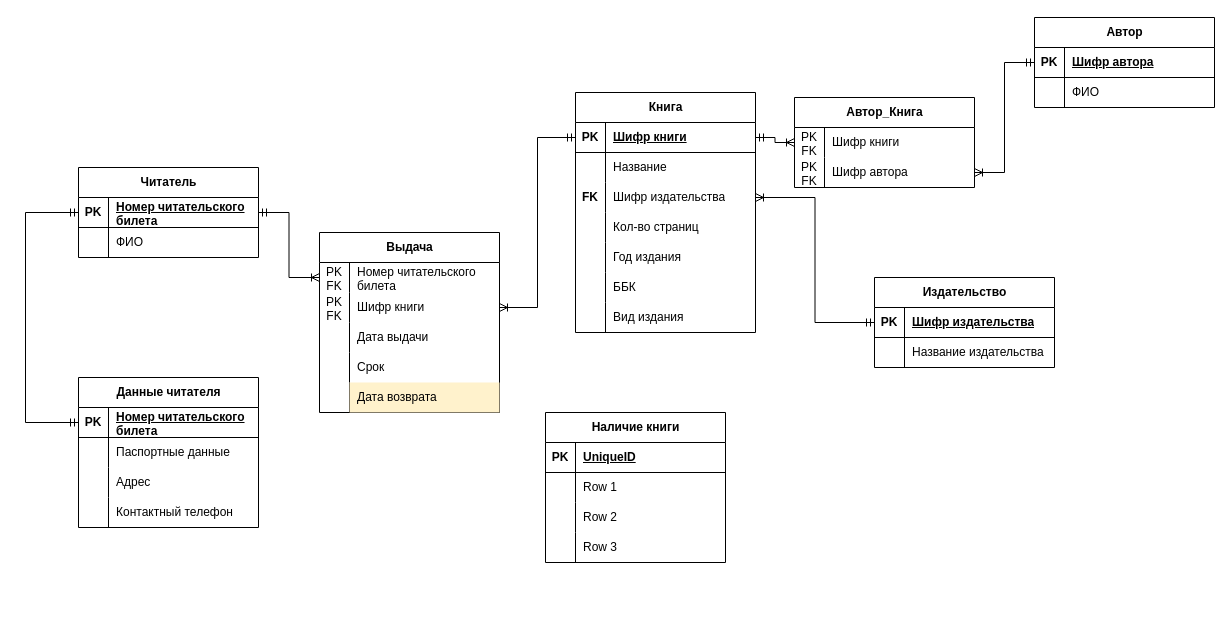
Above: Диаграмма без названия.drawio in Kamil08125/- (draw.io), before the change. Source tidied: cells renumbered, new cells numbered last; positions are measured from the earlier drawing's top-left corner, leaving out a move shared by most shapes. Both pictures are drawn from the tidied source at 100%, with x=0, y=0 at pixel (25, 17).
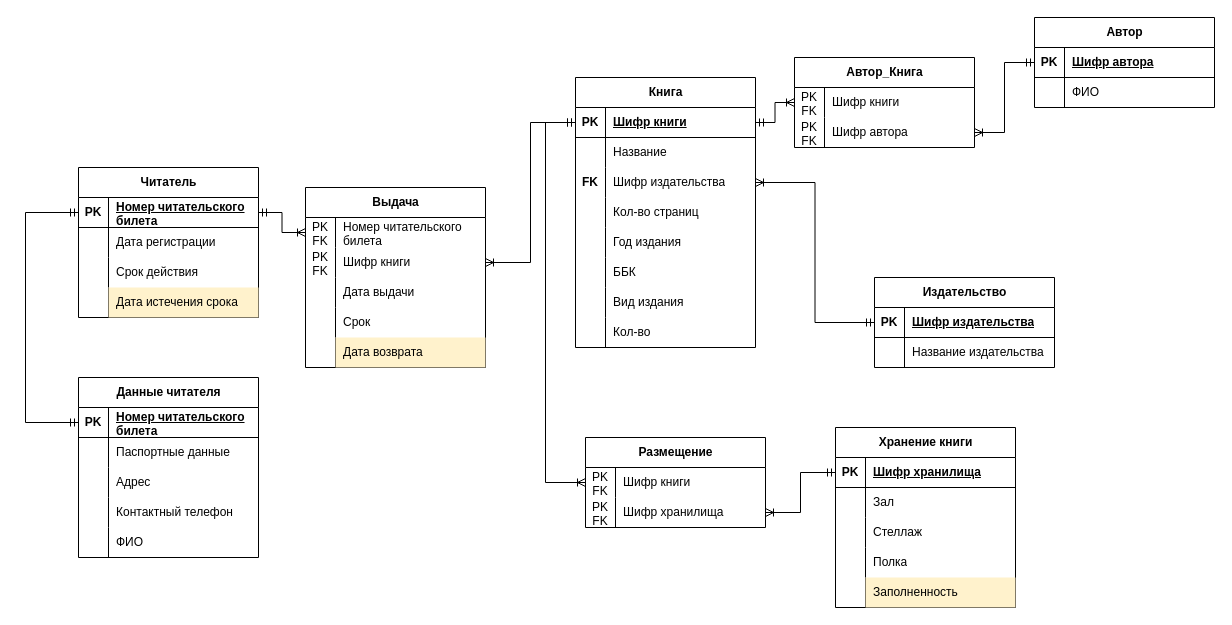
The same diagram, later.

The change refers to these unchanged cells:
```xml
<mxCell id="3" style="shape=tableRow;horizontal=0;startSize=0;swimlaneHead=0;swimlaneBody=0;fillColor=none;points=[[0,0.5],[1,0.5]];portConstraint=eastwest;top=0;left=0;right=0;bottom=1;" parent="2" vertex="1">
  <mxGeometry y="30" width="180" height="30" as="geometry" />
</mxCell>
```

What changed in the source:
```diff
@@
     <mxCell id="2" value="Книга" style="shape=table;startSize=30;childLayout=tableLayout;rowLines=0;fontStyle=1;align=center;html=1;" parent="1" vertex="1">
-      <mxGeometry x="550" y="75" width="180" height="240" as="geometry" />
+      <mxGeometry x="550" y="60" width="180" height="270" as="geometry" />
     </mxCell>
@@
+    <mxCell id="100" style="shape=tableRow;horizontal=0;startSize=0;swimlaneHead=0;swimlaneBody=0;fillColor=none;top=0;left=0;right=0;bottom=0;" parent="2" vertex="1">
+      <mxGeometry y="240" width="180" height="30" as="geometry" />
+    </mxCell>
+    <mxCell id="101" style="shape=partialRectangle;fillColor=none;top=0;left=0;bottom=0;right=0;overflow=hidden;whiteSpace=wrap;html=1;" parent="100" vertex="1">
+      <mxGeometry width="30" height="30" as="geometry" />
+    </mxCell>
+    <mxCell id="102" value="Кол-во" style="shape=partialRectangle;fillColor=none;top=0;left=0;bottom=0;right=0;align=left;spacingLeft=6;overflow=hidden;whiteSpace=wrap;html=1;" parent="100" vertex="1">
+      <mxGeometry x="30" width="150" height="30" as="geometry" />
+    </mxCell>
@@
     <mxCell id="39" value="Автор_Книга" style="shape=table;startSize=30;childLayout=tableLayout;rowLines=0;fontStyle=1;align=center;html=1;" parent="1" vertex="1">
-      <mxGeometry x="769" y="80" width="180" height="90" as="geometry" />
+      <mxGeometry x="769" y="40" width="180" height="90" as="geometry" />
     </mxCell>
@@
     <mxCell id="48" value="Читатель" style="shape=table;startSize=30;childLayout=tableLayout;rowLines=0;fontStyle=1;align=center;html=1;" parent="1" vertex="1">
-      <mxGeometry x="53" y="150" width="180" height="90" as="geometry" />
+      <mxGeometry x="53" y="150" width="180" height="150" as="geometry" />
     </mxCell>
@@
-    <mxCell id="52" style="shape=tableRow;horizontal=0;startSize=0;swimlaneHead=0;swimlaneBody=0;fillColor=none;top=0;left=0;right=0;bottom=0;" parent="48" vertex="1">
-      <mxGeometry y="60" width="180" height="30" as="geometry" />
-    </mxCell>
-    <mxCell id="53" style="shape=partialRectangle;fillColor=none;top=0;left=0;bottom=0;right=0;overflow=hidden;whiteSpace=wrap;html=1;" parent="52" vertex="1">
-      <mxGeometry width="30" height="30" as="geometry" />
-    </mxCell>
-    <mxCell id="54" value="ФИО" style="shape=partialRectangle;fillColor=none;top=0;left=0;bottom=0;right=0;align=left;spacingLeft=6;overflow=hidden;whiteSpace=wrap;html=1;" parent="52" vertex="1">
-      <mxGeometry x="30" width="150" height="30" as="geometry" />
-    </mxCell>
+    <mxCell id="103" style="shape=tableRow;horizontal=0;startSize=0;swimlaneHead=0;swimlaneBody=0;fillColor=none;top=0;left=0;right=0;bottom=0;" parent="48" vertex="1">
+      <mxGeometry y="60" width="180" height="30" as="geometry" />
+    </mxCell>
+    <mxCell id="104" style="shape=partialRectangle;fillColor=none;top=0;left=0;bottom=0;right=0;overflow=hidden;whiteSpace=wrap;html=1;" parent="103" vertex="1">
+      <mxGeometry width="30" height="30" as="geometry" />
+    </mxCell>
+    <mxCell id="105" value="Дата регистрации" style="shape=partialRectangle;fillColor=none;top=0;left=0;bottom=0;right=0;align=left;spacingLeft=6;overflow=hidden;whiteSpace=wrap;html=1;" parent="103" vertex="1">
+      <mxGeometry x="30" width="150" height="30" as="geometry" />
+    </mxCell>
+    <mxCell id="106" style="shape=tableRow;horizontal=0;startSize=0;swimlaneHead=0;swimlaneBody=0;fillColor=none;top=0;left=0;right=0;bottom=0;" parent="48" vertex="1">
+      <mxGeometry y="90" width="180" height="30" as="geometry" />
+    </mxCell>
+    <mxCell id="107" style="shape=partialRectangle;fillColor=none;top=0;left=0;bottom=0;right=0;overflow=hidden;whiteSpace=wrap;html=1;" parent="106" vertex="1">
+      <mxGeometry width="30" height="30" as="geometry" />
+    </mxCell>
+    <mxCell id="108" value="Срок действия" style="shape=partialRectangle;fillColor=none;top=0;left=0;bottom=0;right=0;align=left;spacingLeft=6;overflow=hidden;whiteSpace=wrap;html=1;" parent="106" vertex="1">
+      <mxGeometry x="30" width="150" height="30" as="geometry" />
+    </mxCell>
+    <mxCell id="109" style="shape=tableRow;horizontal=0;startSize=0;swimlaneHead=0;swimlaneBody=0;fillColor=none;top=0;left=0;right=0;bottom=0;" parent="48" vertex="1">
+      <mxGeometry y="120" width="180" height="30" as="geometry" />
+    </mxCell>
+    <mxCell id="110" style="shape=partialRectangle;fillColor=none;top=0;left=0;bottom=0;right=0;overflow=hidden;whiteSpace=wrap;html=1;" parent="109" vertex="1">
+      <mxGeometry width="30" height="30" as="geometry" />
+    </mxCell>
+    <mxCell id="111" value="Дата истечения срока" style="shape=partialRectangle;fillColor=#fff2cc;top=0;left=0;bottom=0;right=0;align=left;spacingLeft=6;overflow=hidden;whiteSpace=wrap;html=1;strokeColor=#d6b656;" parent="109" vertex="1">
+      <mxGeometry x="30" width="150" height="30" as="geometry" />
+    </mxCell>
     <mxCell id="55" value="Данные читателя" style="shape=table;startSize=30;childLayout=tableLayout;rowLines=0;fontStyle=1;align=center;html=1;" parent="1" vertex="1">
-      <mxGeometry x="53" y="360" width="180" height="150" as="geometry" />
+      <mxGeometry x="53" y="360" width="180" height="180" as="geometry" />
     </mxCell>
@@
+    <mxCell id="112" style="shape=tableRow;horizontal=0;startSize=0;swimlaneHead=0;swimlaneBody=0;fillColor=none;top=0;left=0;right=0;bottom=0;" parent="55" vertex="1">
+      <mxGeometry y="150" width="180" height="30" as="geometry" />
+    </mxCell>
+    <mxCell id="113" style="shape=partialRectangle;fillColor=none;top=0;left=0;bottom=0;right=0;overflow=hidden;whiteSpace=wrap;html=1;" parent="112" vertex="1">
+      <mxGeometry width="30" height="30" as="geometry" />
+    </mxCell>
+    <mxCell id="54" value="ФИО" style="shape=partialRectangle;fillColor=none;top=0;left=0;bottom=0;right=0;align=left;spacingLeft=6;overflow=hidden;whiteSpace=wrap;html=1;" parent="112" vertex="1">
+      <mxGeometry x="30" width="150" height="30" as="geometry" />
+    </mxCell>
@@
     <mxCell id="69" value="Выдача" style="shape=table;startSize=30;childLayout=tableLayout;rowLines=0;fontStyle=1;align=center;html=1;" parent="1" vertex="1">
-      <mxGeometry x="294" y="215" width="180" height="180" as="geometry" />
+      <mxGeometry x="280" y="170" width="180" height="180" as="geometry" />
     </mxCell>
@@
-    <mxCell id="87" value="Наличие книги" style="shape=table;startSize=30;childLayout=tableLayout;rowLines=0;fontStyle=1;align=center;html=1;" parent="1" vertex="1">
-      <mxGeometry x="520" y="395" width="180" height="150" as="geometry" />
-    </mxCell>
+    <mxCell id="114" value="Хранение книги" style="shape=table;startSize=30;childLayout=tableLayout;rowLines=0;fontStyle=1;align=center;html=1;" parent="1" vertex="1">
+      <mxGeometry x="810" y="410" width="180" height="180" as="geometry" />
+    </mxCell>
-    <mxCell id="88" style="shape=tableRow;horizontal=0;startSize=0;swimlaneHead=0;swimlaneBody=0;fillColor=none;points=[[0,0.5],[1,0.5]];portConstraint=eastwest;top=0;left=0;right=0;bottom=1;" parent="87" vertex="1">
+    <mxCell id="88" style="shape=tableRow;horizontal=0;startSize=0;swimlaneHead=0;swimlaneBody=0;fillColor=none;points=[[0,0.5],[1,0.5]];portConstraint=eastwest;top=0;left=0;right=0;bottom=1;" parent="114" vertex="1">
       <mxGeometry y="30" width="180" height="30" as="geometry" />
     </mxCell>
@@
-    <mxCell id="90" value="UniqueID" style="shape=partialRectangle;fillColor=none;top=0;left=0;bottom=0;right=0;align=left;spacingLeft=6;fontStyle=5;overflow=hidden;whiteSpace=wrap;html=1;" parent="88" vertex="1">
-      <mxGeometry x="30" width="150" height="30" as="geometry" />
-    </mxCell>
-    <mxCell id="91" style="shape=tableRow;horizontal=0;startSize=0;swimlaneHead=0;swimlaneBody=0;fillColor=none;top=0;left=0;right=0;bottom=0;" parent="87" vertex="1">
-      <mxGeometry y="60" width="180" height="30" as="geometry" />
-    </mxCell>
-    <mxCell id="92" style="shape=partialRectangle;fillColor=none;top=0;left=0;bottom=0;right=0;overflow=hidden;whiteSpace=wrap;html=1;" parent="91" vertex="1">
-      <mxGeometry width="30" height="30" as="geometry" />
-    </mxCell>
-    <mxCell id="93" value="Row 1" style="shape=partialRectangle;fillColor=none;top=0;left=0;bottom=0;right=0;align=left;spacingLeft=6;overflow=hidden;whiteSpace=wrap;html=1;" parent="91" vertex="1">
-      <mxGeometry x="30" width="150" height="30" as="geometry" />
-    </mxCell>
-    <mxCell id="94" style="shape=tableRow;horizontal=0;startSize=0;swimlaneHead=0;swimlaneBody=0;fillColor=none;top=0;left=0;right=0;bottom=0;" parent="87" vertex="1">
-      <mxGeometry y="90" width="180" height="30" as="geometry" />
-    </mxCell>
-    <mxCell id="95" style="shape=partialRectangle;fillColor=none;top=0;left=0;bottom=0;right=0;overflow=hidden;whiteSpace=wrap;html=1;" parent="94" vertex="1">
-      <mxGeometry width="30" height="30" as="geometry" />
-    </mxCell>
-    <mxCell id="96" value="Row 2" style="shape=partialRectangle;fillColor=none;top=0;left=0;bottom=0;right=0;align=left;spacingLeft=6;overflow=hidden;whiteSpace=wrap;html=1;" parent="94" vertex="1">
-      <mxGeometry x="30" width="150" height="30" as="geometry" />
-    </mxCell>
-    <mxCell id="97" style="shape=tableRow;horizontal=0;startSize=0;swimlaneHead=0;swimlaneBody=0;fillColor=none;top=0;left=0;right=0;bottom=0;" parent="87" vertex="1">
-      <mxGeometry y="120" width="180" height="30" as="geometry" />
-    </mxCell>
-    <mxCell id="98" style="shape=partialRectangle;fillColor=none;top=0;left=0;bottom=0;right=0;overflow=hidden;whiteSpace=wrap;html=1;" parent="97" vertex="1">
-      <mxGeometry width="30" height="30" as="geometry" />
-    </mxCell>
-    <mxCell id="99" value="Row 3" style="shape=partialRectangle;fillColor=none;top=0;left=0;bottom=0;right=0;align=left;spacingLeft=6;overflow=hidden;whiteSpace=wrap;html=1;" parent="97" vertex="1">
-      <mxGeometry x="30" width="150" height="30" as="geometry" />
-    </mxCell>
+    <mxCell id="115" value="Шифр хранилища" style="shape=partialRectangle;fillColor=none;top=0;left=0;bottom=0;right=0;align=left;spacingLeft=6;fontStyle=5;overflow=hidden;whiteSpace=wrap;html=1;" parent="88" vertex="1">
+      <mxGeometry x="30" width="150" height="30" as="geometry" />
+    </mxCell>
+    <mxCell id="116" style="shape=tableRow;horizontal=0;startSize=0;swimlaneHead=0;swimlaneBody=0;fillColor=none;top=0;left=0;right=0;bottom=0;" parent="114" vertex="1">
+      <mxGeometry y="60" width="180" height="30" as="geometry" />
+    </mxCell>
+    <mxCell id="117" style="shape=partialRectangle;fillColor=none;top=0;left=0;bottom=0;right=0;overflow=hidden;whiteSpace=wrap;html=1;" parent="116" vertex="1">
+      <mxGeometry width="30" height="30" as="geometry" />
+    </mxCell>
+    <mxCell id="118" value="Зал" style="shape=partialRectangle;fillColor=none;top=0;left=0;bottom=0;right=0;align=left;spacingLeft=6;overflow=hidden;whiteSpace=wrap;html=1;" parent="116" vertex="1">
+      <mxGeometry x="30" width="150" height="30" as="geometry" />
+    </mxCell>
+    <mxCell id="119" style="shape=tableRow;horizontal=0;startSize=0;swimlaneHead=0;swimlaneBody=0;fillColor=none;top=0;left=0;right=0;bottom=0;" parent="114" vertex="1">
+      <mxGeometry y="90" width="180" height="30" as="geometry" />
+    </mxCell>
+    <mxCell id="120" style="shape=partialRectangle;fillColor=none;top=0;left=0;bottom=0;right=0;overflow=hidden;whiteSpace=wrap;html=1;" parent="119" vertex="1">
+      <mxGeometry width="30" height="30" as="geometry" />
+    </mxCell>
+    <mxCell id="121" value="Стеллаж" style="shape=partialRectangle;fillColor=none;top=0;left=0;bottom=0;right=0;align=left;spacingLeft=6;overflow=hidden;whiteSpace=wrap;html=1;" parent="119" vertex="1">
+      <mxGeometry x="30" width="150" height="30" as="geometry" />
+    </mxCell>
+    <mxCell id="122" style="shape=tableRow;horizontal=0;startSize=0;swimlaneHead=0;swimlaneBody=0;fillColor=none;top=0;left=0;right=0;bottom=0;" parent="114" vertex="1">
+      <mxGeometry y="120" width="180" height="30" as="geometry" />
+    </mxCell>
+    <mxCell id="123" style="shape=partialRectangle;fillColor=none;top=0;left=0;bottom=0;right=0;overflow=hidden;whiteSpace=wrap;html=1;" parent="122" vertex="1">
+      <mxGeometry width="30" height="30" as="geometry" />
+    </mxCell>
+    <mxCell id="124" value="Полка" style="shape=partialRectangle;fillColor=none;top=0;left=0;bottom=0;right=0;align=left;spacingLeft=6;overflow=hidden;whiteSpace=wrap;html=1;" parent="122" vertex="1">
+      <mxGeometry x="30" width="150" height="30" as="geometry" />
+    </mxCell>
+    <mxCell id="125" style="shape=tableRow;horizontal=0;startSize=0;swimlaneHead=0;swimlaneBody=0;fillColor=none;top=0;left=0;right=0;bottom=0;" parent="114" vertex="1">
+      <mxGeometry y="150" width="180" height="30" as="geometry" />
+    </mxCell>
+    <mxCell id="126" style="shape=partialRectangle;fillColor=none;top=0;left=0;bottom=0;right=0;overflow=hidden;whiteSpace=wrap;html=1;" parent="125" vertex="1">
+      <mxGeometry width="30" height="30" as="geometry" />
+    </mxCell>
+    <mxCell id="127" value="Заполненность" style="shape=partialRectangle;fillColor=#fff2cc;top=0;left=0;bottom=0;right=0;align=left;spacingLeft=6;overflow=hidden;whiteSpace=wrap;html=1;strokeColor=#d6b656;" parent="125" vertex="1">
+      <mxGeometry x="30" width="150" height="30" as="geometry" />
+    </mxCell>
+    <mxCell id="128" value="Размещение" style="shape=table;startSize=30;childLayout=tableLayout;rowLines=0;fontStyle=1;align=center;html=1;" parent="1" vertex="1">
+      <mxGeometry x="560" y="420" width="180" height="90" as="geometry" />
+    </mxCell>
+    <mxCell id="129" style="shape=tableRow;horizontal=0;startSize=0;swimlaneHead=0;swimlaneBody=0;fillColor=none;points=[[0,0.5],[1,0.5]];portConstraint=eastwest;top=0;left=0;right=0;bottom=0;" parent="128" vertex="1">
+      <mxGeometry y="30" width="180" height="30" as="geometry" />
+    </mxCell>
+    <mxCell id="130" value="PK FK" style="shape=partialRectangle;fillColor=none;top=0;left=0;bottom=0;right=0;overflow=hidden;whiteSpace=wrap;html=1;" parent="129" vertex="1">
+      <mxGeometry width="30" height="30" as="geometry" />
+    </mxCell>
+    <mxCell id="131" value="Шифр книги" style="shape=partialRectangle;fillColor=none;top=0;left=0;bottom=0;right=0;align=left;spacingLeft=6;overflow=hidden;whiteSpace=wrap;html=1;" parent="129" vertex="1">
+      <mxGeometry x="30" width="150" height="30" as="geometry" />
+    </mxCell>
+    <mxCell id="132" style="shape=tableRow;horizontal=0;startSize=0;swimlaneHead=0;swimlaneBody=0;fillColor=none;points=[[0,0.5],[1,0.5]];portConstraint=eastwest;top=0;left=0;right=0;bottom=0;" parent="128" vertex="1">
+      <mxGeometry y="60" width="180" height="30" as="geometry" />
+    </mxCell>
+    <mxCell id="133" value="PK FK" style="shape=partialRectangle;fillColor=none;top=0;left=0;bottom=0;right=0;overflow=hidden;whiteSpace=wrap;html=1;" parent="132" vertex="1">
+      <mxGeometry width="30" height="30" as="geometry" />
+    </mxCell>
+    <mxCell id="134" value="Шифр хранилища" style="shape=partialRectangle;fillColor=none;top=0;left=0;bottom=0;right=0;align=left;spacingLeft=6;overflow=hidden;whiteSpace=wrap;html=1;" parent="132" vertex="1">
+      <mxGeometry x="30" width="150" height="30" as="geometry" />
+    </mxCell>
+    <mxCell id="135" style="edgeStyle=orthogonalEdgeStyle;fontSize=12;html=1;endArrow=ERoneToMany;startArrow=ERmandOne;rounded=0;exitX=0;exitY=0.5;exitDx=0;exitDy=0;entryX=0;entryY=0.5;entryDx=0;entryDy=0;" parent="1" edge="1" source="3" target="129">
+      <mxGeometry relative="1" as="geometry">
+        <Array as="points">
+          <mxPoint x="520" y="105" />
+          <mxPoint x="520" y="465" />
+        </Array>
+      </mxGeometry>
+    </mxCell>
+    <mxCell id="136" style="edgeStyle=orthogonalEdgeStyle;fontSize=12;html=1;endArrow=ERoneToMany;startArrow=ERmandOne;rounded=0;exitX=0;exitY=0.5;exitDx=0;exitDy=0;entryX=1;entryY=0.5;entryDx=0;entryDy=0;" parent="1" edge="1" source="88" target="132">
+      <mxGeometry relative="1" as="geometry" />
+    </mxCell>
```
